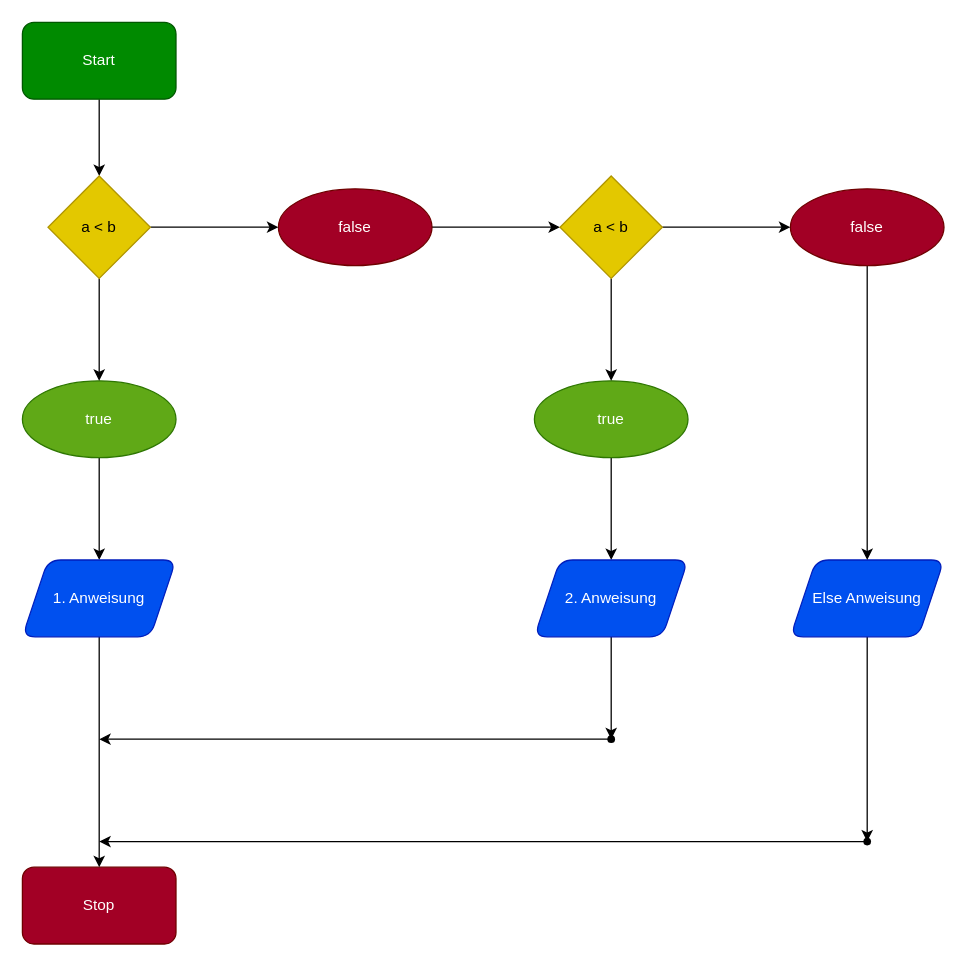
This is page "IF ELSEIF ELSE Statement" (3 of 3) of pap.drawio from CC-Crazy-Students-Community/03_Entscheidungsstrukturen, a draw.io file, before an edit. Source tidied: cells renumbered, new cells numbered last; positions are measured from the earlier drawing's top-left corner, leaving out a move shared by most shapes. Both pictures are drawn from the tidied source at 128%, with x=0, y=0 at pixel (22, 22).
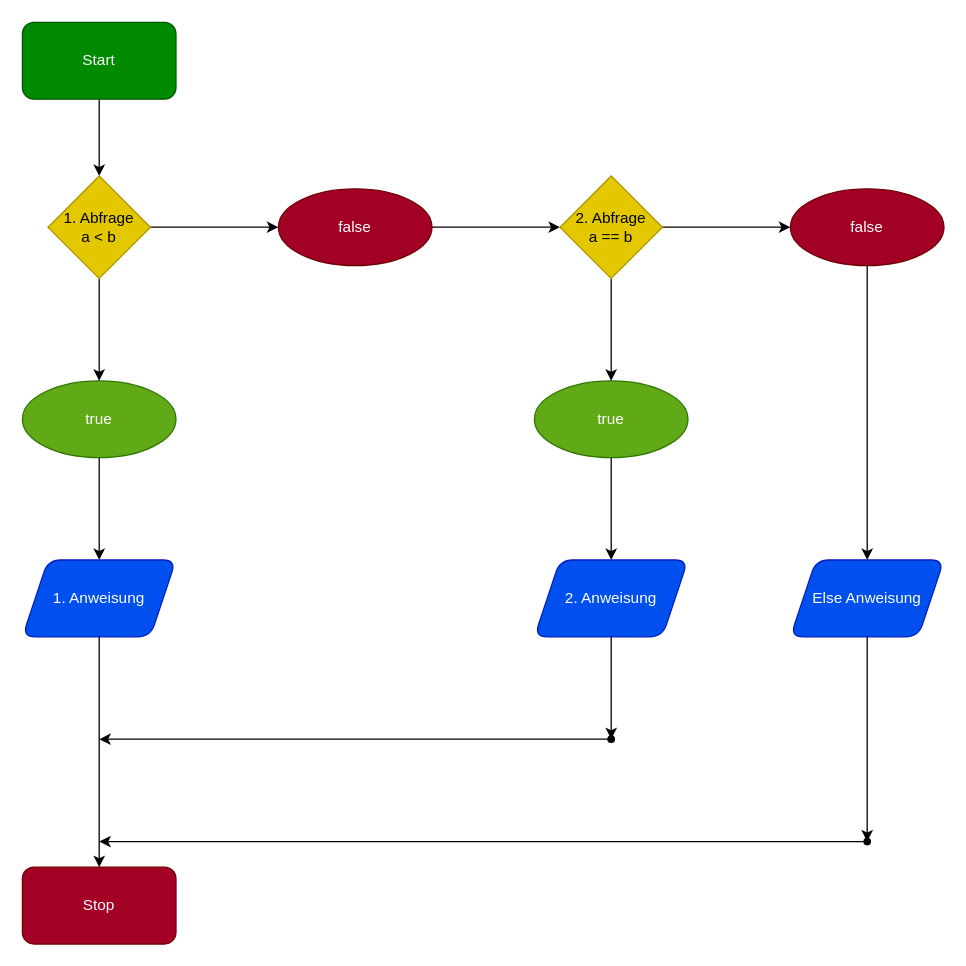
The same page after the edit.

Commit message:
pap if elseif else strucktur

Diff of the diagram source:
```diff
@@
-    <mxCell id="25" value="a &amp;lt; b" style="rhombus;whiteSpace=wrap;html=1;fillColor=#e3c800;fontColor=#000000;strokeColor=#B09500;" parent="1" vertex="1">
+    <mxCell id="25" value="1. Abfrage&lt;br&gt;a &amp;lt; b" style="rhombus;whiteSpace=wrap;html=1;fillColor=#e3c800;fontColor=#000000;strokeColor=#B09500;" parent="1" vertex="1">
       <mxGeometry x="20" y="120" width="80" height="80" as="geometry" />
     </mxCell>
@@
-    <mxCell id="28" value="a &amp;lt; b" style="rhombus;whiteSpace=wrap;html=1;fillColor=#e3c800;fontColor=#000000;strokeColor=#B09500;" parent="1" vertex="1">
+    <mxCell id="28" value="2. Abfrage&lt;br&gt;a == b" style="rhombus;whiteSpace=wrap;html=1;fillColor=#e3c800;fontColor=#000000;strokeColor=#B09500;" parent="1" vertex="1">
       <mxGeometry x="420" y="120" width="80" height="80" as="geometry" />
     </mxCell>
```
